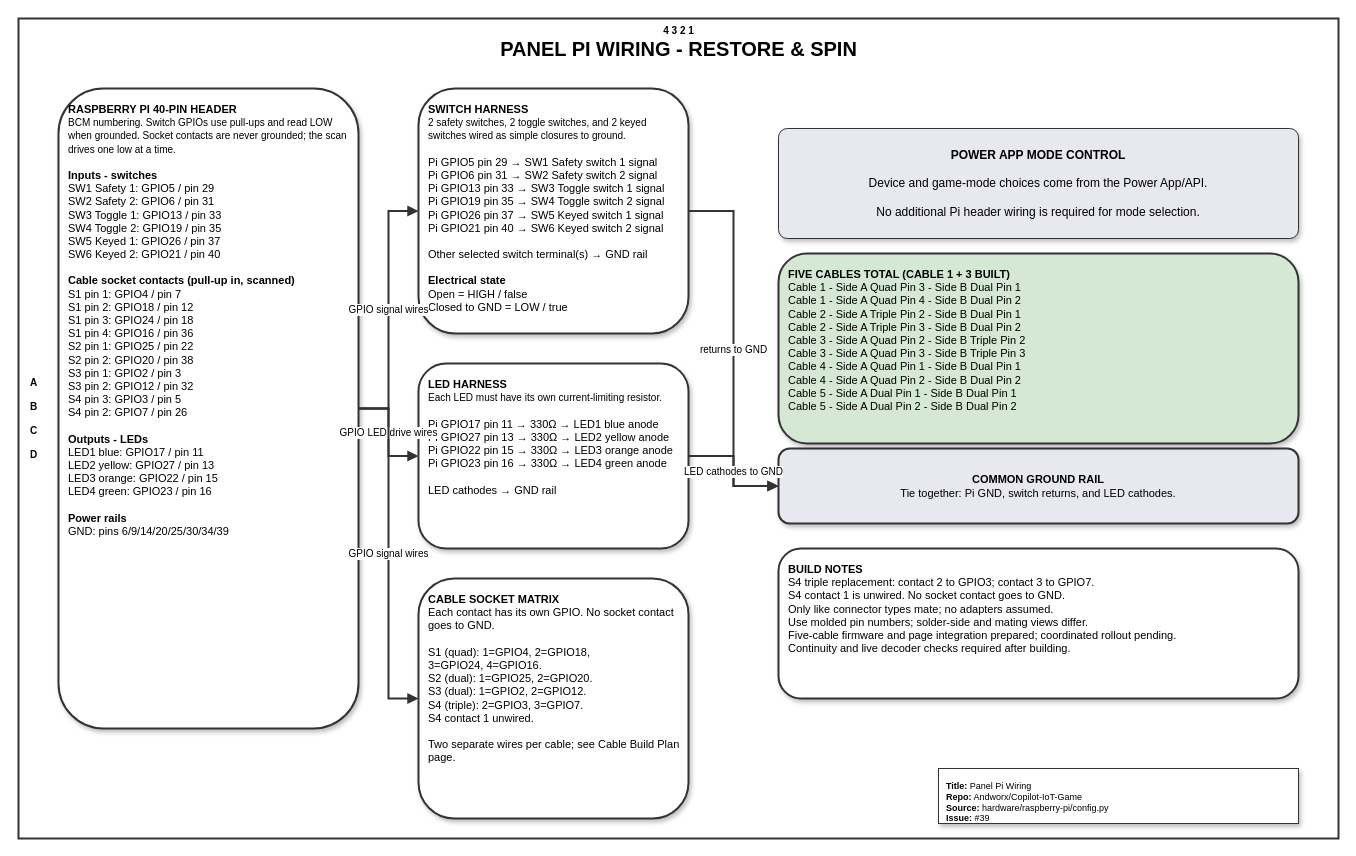
Andworx/Copilot-IoT-Game keeps this draw.io diagram as page "Panel Pi Wiring" (1 of 2) of hardware/raspberry-pi/panel-pi-wiring.drawio. Above is the earlier version. Source tidied: cells renumbered, new cells numbered last; positions are measured from the earlier drawing's top-left corner, leaving out a move shared by most shapes. Both pictures are drawn from the tidied source at 100%, with x=0, y=0 at pixel (18, 18).
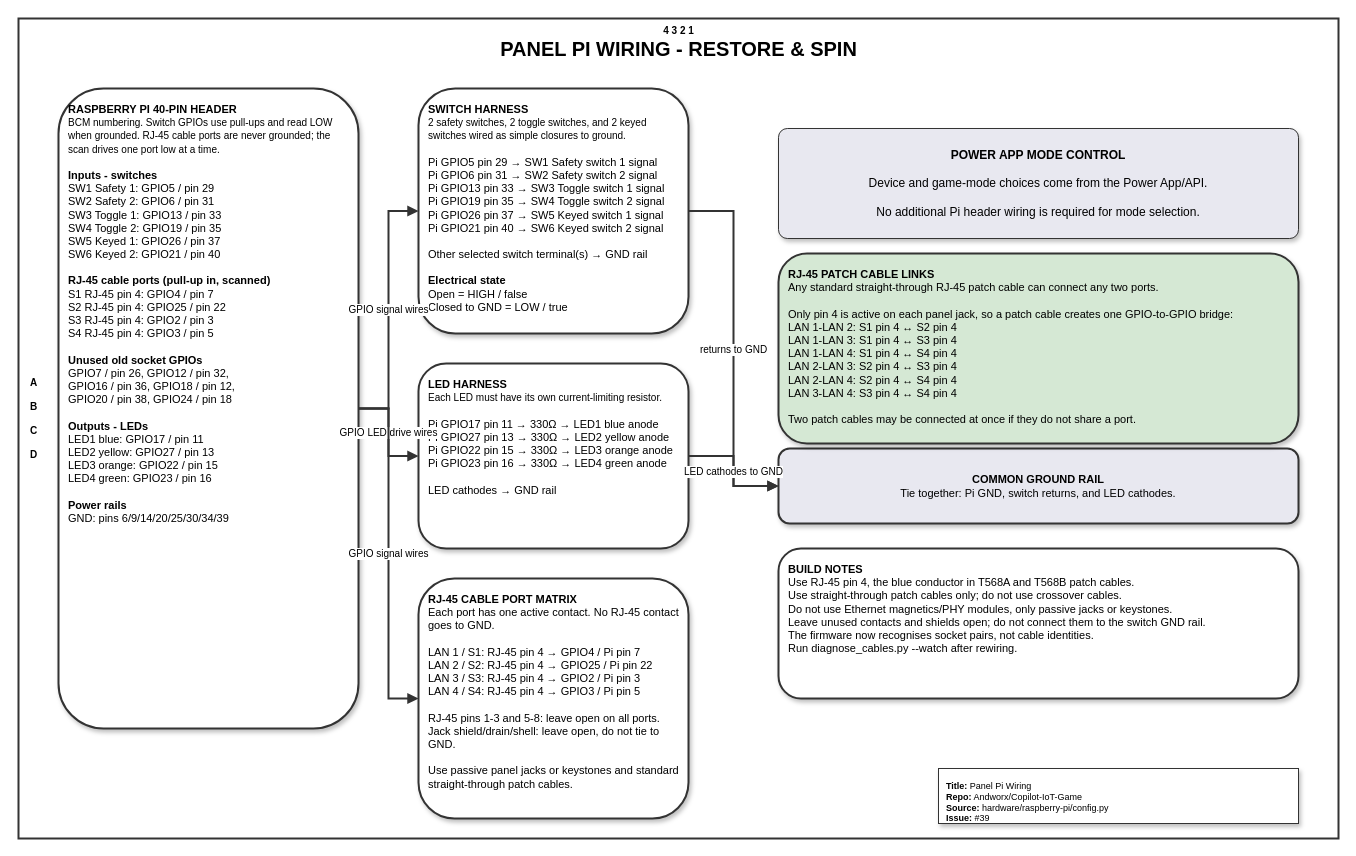
After the change.

What changed in the source:
```diff
@@
-    <mxCell id="6" value="&lt;b&gt;RASPBERRY PI 40-PIN HEADER&lt;/b&gt;&lt;br&gt;&lt;font style=&quot;font-size: 10px&quot;&gt;BCM numbering. Switch GPIOs use pull-ups and read LOW when grounded. Socket contacts are never grounded; the scan drives one low at a time.&lt;/font&gt;&lt;br&gt;&lt;br&gt;&lt;b&gt;Inputs - switches&lt;/b&gt;&lt;br&gt;SW1 Safety 1: GPIO5 / pin 29&lt;br&gt;SW2 Safety 2: GPIO6 / pin 31&lt;br&gt;SW3 Toggle 1: GPIO13 / pin 33&lt;br&gt;SW4 Toggle 2: GPIO19 / pin 35&lt;br&gt;SW5 Keyed 1: GPIO26 / pin 37&lt;br&gt;SW6 Keyed 2: GPIO21 / pin 40&lt;br&gt;&lt;br&gt;&lt;b&gt;Cable socket contacts (pull-up in, scanned)&lt;/b&gt;&lt;br&gt;S1 pin 1: GPIO4 / pin 7&lt;br&gt;S1 pin 2: GPIO18 / pin 12&lt;br&gt;S1 pin 3: GPIO24 / pin 18&lt;br&gt;S1 pin 4: GPIO16 / pin 36&lt;br&gt;S2 pin 1: GPIO25 / pin 22&lt;br&gt;S2 pin 2: GPIO20 / pin 38&lt;br&gt;S3 pin 1: GPIO2 / pin 3&lt;br&gt;S3 pin 2: GPIO12 / pin 32&lt;br&gt;S4 pin 3: GPIO3 / pin 5&lt;br&gt;S4 pin 2: GPIO7 / pin 26&lt;br&gt;&lt;br&gt;&lt;b&gt;Outputs - LEDs&lt;/b&gt;&lt;br&gt;LED1 blue: GPIO17 / pin 11&lt;br&gt;LED2 yellow: GPIO27 / pin 13&lt;br&gt;LED3 orange: GPIO22 / pin 15&lt;br&gt;LED4 green: GPIO23 / pin 16&lt;br&gt;&lt;br&gt;&lt;b&gt;Power rails&lt;/b&gt;&lt;br&gt;GND: pins 6/9/14/20/25/30/34/39" style="rounded=1;shadow=1;strokeColor=#333333;fillColor=#FFFFFF;strokeWidth=2;fontSize=11;fontFamily=Helvetica;align=left;verticalAlign=top;spacing=10;whiteSpace=wrap;html=1;" parent="1" vertex="1">
+    <mxCell id="6" value="&lt;b&gt;RASPBERRY PI 40-PIN HEADER&lt;/b&gt;&lt;br&gt;&lt;font style=&quot;font-size: 10px&quot;&gt;BCM numbering. Switch GPIOs use pull-ups and read LOW when grounded. RJ-45 cable ports are never grounded; the scan drives one port low at a time.&lt;/font&gt;&lt;br&gt;&lt;br&gt;&lt;b&gt;Inputs - switches&lt;/b&gt;&lt;br&gt;SW1 Safety 1: GPIO5 / pin 29&lt;br&gt;SW2 Safety 2: GPIO6 / pin 31&lt;br&gt;SW3 Toggle 1: GPIO13 / pin 33&lt;br&gt;SW4 Toggle 2: GPIO19 / pin 35&lt;br&gt;SW5 Keyed 1: GPIO26 / pin 37&lt;br&gt;SW6 Keyed 2: GPIO21 / pin 40&lt;br&gt;&lt;br&gt;&lt;b&gt;RJ-45 cable ports (pull-up in, scanned)&lt;/b&gt;&lt;br&gt;S1 RJ-45 pin 4: GPIO4 / pin 7&lt;br&gt;S2 RJ-45 pin 4: GPIO25 / pin 22&lt;br&gt;S3 RJ-45 pin 4: GPIO2 / pin 3&lt;br&gt;S4 RJ-45 pin 4: GPIO3 / pin 5&lt;br&gt;&lt;br&gt;&lt;b&gt;Unused old socket GPIOs&lt;/b&gt;&lt;br&gt;GPIO7 / pin 26, GPIO12 / pin 32,&lt;br&gt;GPIO16 / pin 36, GPIO18 / pin 12,&lt;br&gt;GPIO20 / pin 38, GPIO24 / pin 18&lt;br&gt;&lt;br&gt;&lt;b&gt;Outputs - LEDs&lt;/b&gt;&lt;br&gt;LED1 blue: GPIO17 / pin 11&lt;br&gt;LED2 yellow: GPIO27 / pin 13&lt;br&gt;LED3 orange: GPIO22 / pin 15&lt;br&gt;LED4 green: GPIO23 / pin 16&lt;br&gt;&lt;br&gt;&lt;b&gt;Power rails&lt;/b&gt;&lt;br&gt;GND: pins 6/9/14/20/25/30/34/39" style="rounded=1;shadow=1;strokeColor=#333333;fillColor=#FFFFFF;strokeWidth=2;fontSize=11;fontFamily=Helvetica;align=left;verticalAlign=top;spacing=10;whiteSpace=wrap;html=1;" parent="1" vertex="1">
       <mxGeometry x="40" y="70" width="300" height="640" as="geometry" />
     </mxCell>
@@
-    <mxCell id="9" value="&lt;b&gt;CABLE SOCKET MATRIX&lt;/b&gt;&lt;br&gt;Each contact has its own GPIO. No socket contact goes to GND.&lt;br&gt;&lt;br&gt;S1 (quad): 1=GPIO4, 2=GPIO18,&lt;br&gt;3=GPIO24, 4=GPIO16.&lt;br&gt;S2 (dual): 1=GPIO25, 2=GPIO20.&lt;br&gt;S3 (dual): 1=GPIO2, 2=GPIO12.&lt;br&gt;S4 (triple): 2=GPIO3, 3=GPIO7.&lt;br&gt;S4 contact 1 unwired.&lt;br&gt;&lt;br&gt;Two separate wires per cable; see Cable Build Plan page." style="rounded=1;shadow=1;strokeColor=#333333;fillColor=#FFFFFF;strokeWidth=2;fontSize=11;fontFamily=Helvetica;align=left;verticalAlign=top;spacing=10;whiteSpace=wrap;html=1;" parent="1" vertex="1">
+    <mxCell id="9" value="&lt;b&gt;RJ-45 CABLE PORT MATRIX&lt;/b&gt;&lt;br&gt;Each port has one active contact. No RJ-45 contact goes to GND.&lt;br&gt;&lt;br&gt;LAN 1 / S1: RJ-45 pin 4 → GPIO4 / Pi pin 7&lt;br&gt;LAN 2 / S2: RJ-45 pin 4 → GPIO25 / Pi pin 22&lt;br&gt;LAN 3 / S3: RJ-45 pin 4 → GPIO2 / Pi pin 3&lt;br&gt;LAN 4 / S4: RJ-45 pin 4 → GPIO3 / Pi pin 5&lt;br&gt;&lt;br&gt;RJ-45 pins 1-3 and 5-8: leave open on all ports.&lt;br&gt;Jack shield/drain/shell: leave open, do not tie to GND.&lt;br&gt;&lt;br&gt;Use passive panel jacks or keystones and standard straight-through patch cables." style="rounded=1;shadow=1;strokeColor=#333333;fillColor=#FFFFFF;strokeWidth=2;fontSize=11;fontFamily=Helvetica;align=left;verticalAlign=top;spacing=10;whiteSpace=wrap;html=1;" parent="1" vertex="1">
       <mxGeometry x="400" y="560" width="270" height="240" as="geometry" />
     </mxCell>
@@
-    <mxCell id="11" value="&lt;b&gt;FIVE CABLES TOTAL (CABLE 1 + 3 BUILT)&lt;/b&gt;&lt;br&gt;Cable 1 - Side A Quad Pin 3 - Side B Dual Pin 1&lt;br&gt;Cable 1 - Side A Quad Pin 4 - Side B Dual Pin 2&lt;br&gt;Cable 2 - Side A Triple Pin 2 - Side B Dual Pin 1&lt;br&gt;Cable 2 - Side A Triple Pin 3 - Side B Dual Pin 2&lt;br&gt;Cable 3 - Side A Quad Pin 2 - Side B Triple Pin 2&lt;br&gt;Cable 3 - Side A Quad Pin 3 - Side B Triple Pin 3&lt;br&gt;Cable 4 - Side A Quad Pin 1 - Side B Dual Pin 1&lt;br&gt;Cable 4 - Side A Quad Pin 2 - Side B Dual Pin 2&lt;br&gt;Cable 5 - Side A Dual Pin 1 - Side B Dual Pin 1&lt;br&gt;Cable 5 - Side A Dual Pin 2 - Side B Dual Pin 2" style="rounded=1;shadow=1;strokeColor=#333333;fillColor=#D5E8D4;strokeWidth=2;fontSize=11;fontFamily=Helvetica;align=left;verticalAlign=top;spacing=10;whiteSpace=wrap;html=1;" parent="1" vertex="1">
+    <mxCell id="11" value="&lt;b&gt;RJ-45 PATCH CABLE LINKS&lt;/b&gt;&lt;br&gt;Any standard straight-through RJ-45 patch cable can connect any two ports.&lt;br&gt;&lt;br&gt;Only pin 4 is active on each panel jack, so a patch cable creates one GPIO-to-GPIO bridge:&lt;br&gt;LAN 1-LAN 2: S1 pin 4 ↔ S2 pin 4&lt;br&gt;LAN 1-LAN 3: S1 pin 4 ↔ S3 pin 4&lt;br&gt;LAN 1-LAN 4: S1 pin 4 ↔ S4 pin 4&lt;br&gt;LAN 2-LAN 3: S2 pin 4 ↔ S3 pin 4&lt;br&gt;LAN 2-LAN 4: S2 pin 4 ↔ S4 pin 4&lt;br&gt;LAN 3-LAN 4: S3 pin 4 ↔ S4 pin 4&lt;br&gt;&lt;br&gt;Two patch cables may be connected at once if they do not share a port." style="rounded=1;shadow=1;strokeColor=#333333;fillColor=#D5E8D4;strokeWidth=2;fontSize=11;fontFamily=Helvetica;align=left;verticalAlign=top;spacing=10;whiteSpace=wrap;html=1;" parent="1" vertex="1">
       <mxGeometry x="760" y="235" width="520" height="190" as="geometry" />
     </mxCell>
-    <mxCell id="12" value="&lt;b&gt;BUILD NOTES&lt;/b&gt;&lt;br&gt;S4 triple replacement: contact 2 to GPIO3; contact 3 to GPIO7.&lt;br&gt;S4 contact 1 is unwired. No socket contact goes to GND.&lt;br&gt;Only like connector types mate; no adapters assumed.&lt;br&gt;Use molded pin numbers; solder-side and mating views differ.&lt;br&gt;Five-cable firmware and page integration prepared; coordinated rollout pending.&lt;br&gt;Continuity and live decoder checks required after building." style="rounded=1;shadow=1;strokeColor=#333333;fillColor=#FFFFFF;strokeWidth=2;fontSize=11;fontFamily=Helvetica;align=left;verticalAlign=top;spacing=10;whiteSpace=wrap;html=1;" parent="1" vertex="1">
+    <mxCell id="12" value="&lt;b&gt;BUILD NOTES&lt;/b&gt;&lt;br&gt;Use RJ-45 pin 4, the blue conductor in T568A and T568B patch cables.&lt;br&gt;Use straight-through patch cables only; do not use crossover cables.&lt;br&gt;Do not use Ethernet magnetics/PHY modules, only passive jacks or keystones.&lt;br&gt;Leave unused contacts and shields open; do not connect them to the switch GND rail.&lt;br&gt;The firmware now recognises socket pairs, not cable identities.&lt;br&gt;Run diagnose_cables.py --watch after rewiring." style="rounded=1;shadow=1;strokeColor=#333333;fillColor=#FFFFFF;strokeWidth=2;fontSize=11;fontFamily=Helvetica;align=left;verticalAlign=top;spacing=10;whiteSpace=wrap;html=1;" parent="1" vertex="1">
       <mxGeometry x="760" y="530" width="520" height="150" as="geometry" />
     </mxCell>
```
